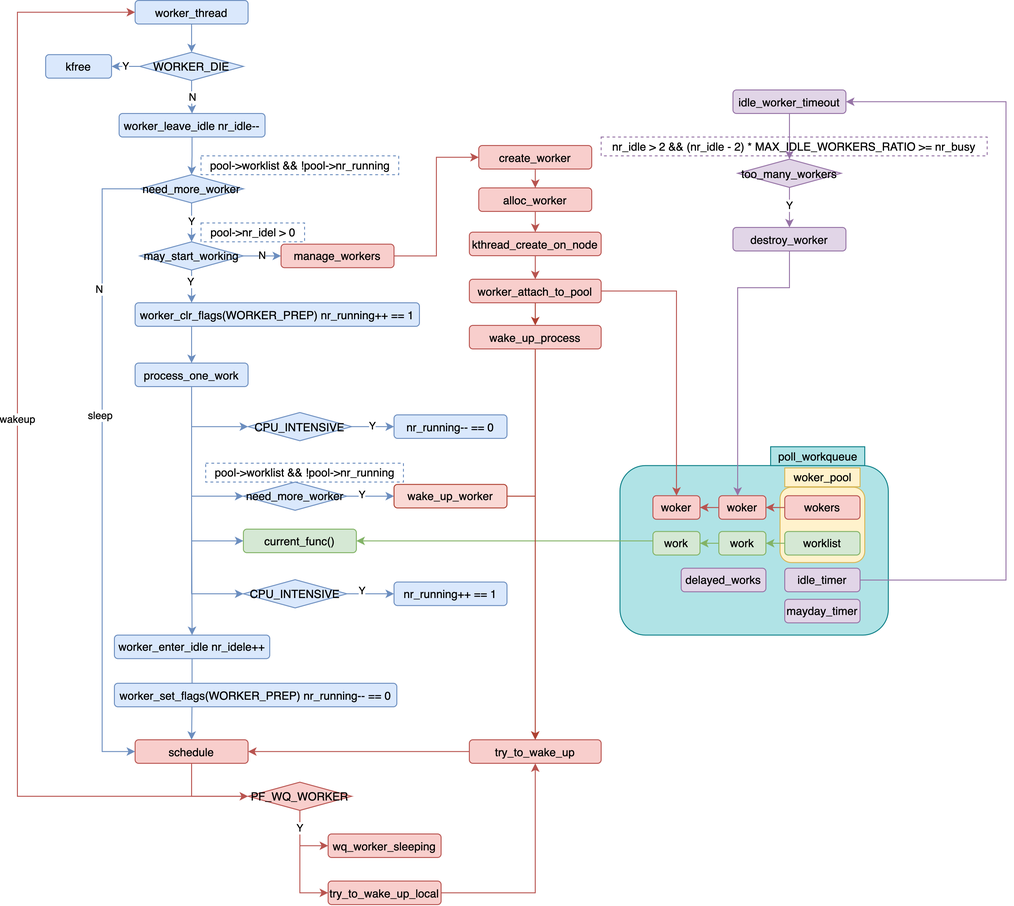
The draw.io diagram Images/Kernel/proc-workqueue-flow.png in jemmy512/book-notes, before a commit. Source tidied: cells renumbered, new cells last; positions are measured from the earlier drawing's top-left corner, leaving out a move shared by most shapes.
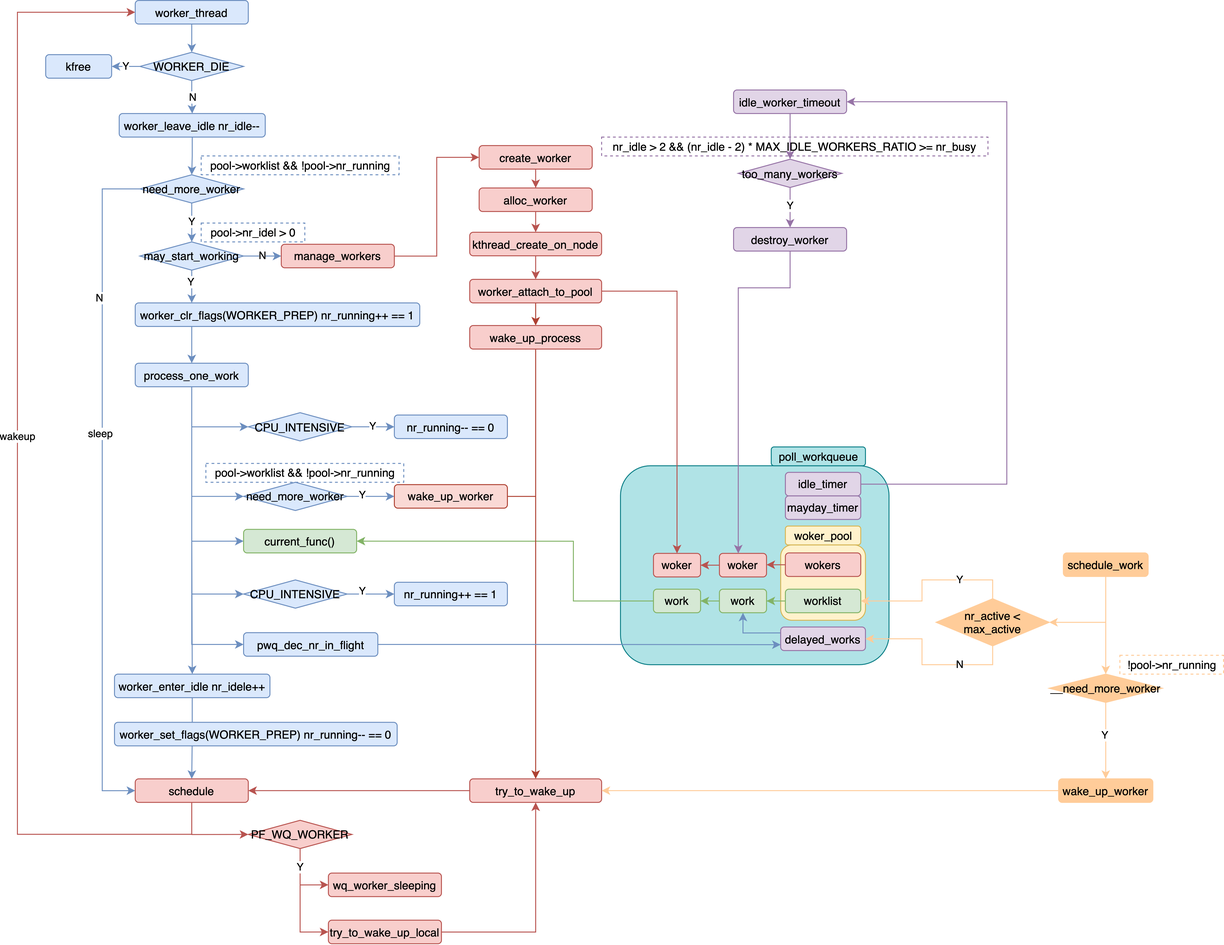
Later version of the same file.

The edit, as a diff of the source:
```diff
@@ -3,10 +3,10 @@
     <mxCell id="0" />
     <mxCell id="1" parent="0" />
     <mxCell id="2" style="rounded=1;whiteSpace=wrap;html=1;fillColor=#b0e3e6;strokeColor=#0e8088;" parent="1" vertex="1">
-      <mxGeometry x="640" y="493.9" width="285" height="180" as="geometry" />
+      <mxGeometry x="640" y="493.9" width="285" height="211.2" as="geometry" />
     </mxCell>
     <mxCell id="3" style="rounded=1;whiteSpace=wrap;html=1;strokeColor=#d6b656;fillColor=#fff2cc;" parent="1" vertex="1">
-      <mxGeometry x="810" y="516.9" width="90" height="80" as="geometry" />
+      <mxGeometry x="810" y="577.8" width="90" height="80" as="geometry" />
     </mxCell>
     <mxCell id="4" style="edgeStyle=orthogonalEdgeStyle;rounded=0;jettySize=auto;html=1;entryX=0.5;entryY=0;entryDx=0;entryDy=0;fillColor=#dae8fc;strokeColor=#6c8ebf;" parent="1" edge="1" source="5" target="9">
       <mxGeometry relative="1" as="geometry" />
@@ -47,7 +47,7 @@
       <mxGeometry relative="1" as="geometry">
         <Array as="points">
           <mxPoint x="90" y="200" />
-          <mxPoint x="90" y="798" />
+          <mxPoint x="90" y="839" />
         </Array>
       </mxGeometry>
     </mxCell>
@@ -108,6 +108,13 @@
     <mxCell id="30" style="edgeStyle=orthogonalEdgeStyle;rounded=0;jettySize=auto;html=1;entryX=0;entryY=0.5;entryDx=0;entryDy=0;fillColor=#dae8fc;strokeColor=#6c8ebf;" parent="1" edge="1" source="31" target="91">
       <mxGeometry relative="1" as="geometry" />
     </mxCell>
+    <mxCell id="101" style="edgeStyle=orthogonalEdgeStyle;rounded=0;jettySize=auto;html=1;entryX=0;entryY=0.5;entryDx=0;entryDy=0;fillColor=#dae8fc;strokeColor=#6c8ebf;" parent="1" edge="1" source="31" target="118">
+      <mxGeometry relative="1" as="geometry">
+        <Array as="points">
+          <mxPoint x="185" y="684" />
+        </Array>
+      </mxGeometry>
+    </mxCell>
     <mxCell id="31" value="process_one_work" style="rounded=1;whiteSpace=wrap;html=1;fillColor=#dae8fc;strokeColor=#6c8ebf;" parent="1" vertex="1">
       <mxGeometry x="125" y="385" width="120" height="25" as="geometry" />
     </mxCell>
@@ -137,13 +144,13 @@
       <mxGeometry relative="1" as="geometry" />
     </mxCell>
     <mxCell id="39" value="worker_enter_idle nr_idele++" style="rounded=1;whiteSpace=wrap;html=1;fillColor=#dae8fc;strokeColor=#6c8ebf;" parent="1" vertex="1">
-      <mxGeometry x="103" y="673.8" width="165" height="25" as="geometry" />
+      <mxGeometry x="103" y="715" width="165" height="25" as="geometry" />
     </mxCell>
     <mxCell id="40" value="wakeup" style="edgeStyle=orthogonalEdgeStyle;rounded=0;jettySize=auto;html=1;entryX=0;entryY=0.5;entryDx=0;entryDy=0;fillColor=#f8cecc;strokeColor=#b85450;" parent="1" edge="1" source="42" target="5">
       <mxGeometry x="0.05" relative="1" as="geometry">
         <Array as="points">
-          <mxPoint x="185" y="845" />
-          <mxPoint y="845" />
+          <mxPoint x="185" y="885" />
+          <mxPoint y="885" />
           <mxPoint y="13" />
         </Array>
       </mxGeometry>
@@ -151,13 +158,12 @@
     <mxCell id="41" style="edgeStyle=orthogonalEdgeStyle;rounded=0;jettySize=auto;html=1;entryX=0;entryY=0.5;entryDx=0;entryDy=0;fillColor=#f8cecc;strokeColor=#b85450;" parent="1" edge="1" source="42" target="97">
       <mxGeometry relative="1" as="geometry">
         <Array as="points">
-          <mxPoint x="185" y="845" />
-          <mxPoint x="230" y="845" />
+          <mxPoint x="185" y="885" />
         </Array>
       </mxGeometry>
     </mxCell>
     <mxCell id="42" value="schedule" style="rounded=1;whiteSpace=wrap;html=1;fillColor=#f8cecc;strokeColor=#b85450;" parent="1" vertex="1">
-      <mxGeometry x="125" y="785" width="120" height="25" as="geometry" />
+      <mxGeometry x="125" y="826.2" width="120" height="25" as="geometry" />
     </mxCell>
     <mxCell id="43" value="kfree" style="rounded=1;whiteSpace=wrap;html=1;fillColor=#dae8fc;strokeColor=#6c8ebf;" parent="1" vertex="1">
       <mxGeometry x="30" y="57.5" width="70" height="25" as="geometry" />
@@ -166,38 +172,39 @@
       <mxGeometry relative="1" as="geometry" />
     </mxCell>
     <mxCell id="45" value="worklist" style="rounded=1;whiteSpace=wrap;html=1;fillColor=#d5e8d4;strokeColor=#82b366;" parent="1" vertex="1">
-      <mxGeometry x="815" y="563.9" width="80" height="25" as="geometry" />
+      <mxGeometry x="815" y="624.8" width="80" height="25" as="geometry" />
     </mxCell>
     <mxCell id="46" style="edgeStyle=orthogonalEdgeStyle;rounded=0;jettySize=auto;html=1;entryX=1;entryY=0.5;entryDx=0;entryDy=0;fillColor=#d5e8d4;strokeColor=#82b366;exitX=0;exitY=0.5;exitDx=0;exitDy=0;" parent="1" edge="1" source="47" target="37">
       <mxGeometry relative="1" as="geometry">
         <Array as="points">
-          <mxPoint x="675" y="574" />
+          <mxPoint x="590" y="637" />
+          <mxPoint x="590" y="574" />
         </Array>
       </mxGeometry>
     </mxCell>
     <mxCell id="47" value="work" style="rounded=1;whiteSpace=wrap;html=1;fillColor=#d5e8d4;strokeColor=#82b366;" parent="1" vertex="1">
-      <mxGeometry x="675" y="563.9" width="50" height="25" as="geometry" />
+      <mxGeometry x="675" y="624.8" width="50" height="25" as="geometry" />
     </mxCell>
     <mxCell id="48" style="edgeStyle=orthogonalEdgeStyle;rounded=0;jettySize=auto;html=1;entryX=1;entryY=0.5;entryDx=0;entryDy=0;fillColor=#d5e8d4;strokeColor=#82b366;" parent="1" edge="1" source="49" target="47">
       <mxGeometry relative="1" as="geometry" />
     </mxCell>
     <mxCell id="49" value="work" style="rounded=1;whiteSpace=wrap;html=1;fillColor=#d5e8d4;strokeColor=#82b366;" parent="1" vertex="1">
-      <mxGeometry x="745" y="563.9" width="50" height="25" as="geometry" />
+      <mxGeometry x="745" y="624.8" width="50" height="25" as="geometry" />
     </mxCell>
     <mxCell id="50" style="edgeStyle=orthogonalEdgeStyle;rounded=0;jettySize=auto;html=1;entryX=1;entryY=0.5;entryDx=0;entryDy=0;fillColor=#f8cecc;strokeColor=#b85450;" parent="1" edge="1" source="51" target="54">
       <mxGeometry relative="1" as="geometry" />
     </mxCell>
     <mxCell id="51" value="wokers" style="rounded=1;whiteSpace=wrap;html=1;fillColor=#f8cecc;strokeColor=#b85450;" parent="1" vertex="1">
-      <mxGeometry x="815" y="525.9" width="80" height="25" as="geometry" />
+      <mxGeometry x="815" y="586.3" width="80" height="25" as="geometry" />
     </mxCell>
     <mxCell id="52" value="woker" style="rounded=1;whiteSpace=wrap;html=1;fillColor=#f8cecc;strokeColor=#b85450;" parent="1" vertex="1">
-      <mxGeometry x="675" y="525.9" width="50" height="25" as="geometry" />
+      <mxGeometry x="675" y="586.8" width="50" height="25" as="geometry" />
     </mxCell>
     <mxCell id="53" style="edgeStyle=orthogonalEdgeStyle;rounded=0;jettySize=auto;html=1;entryX=1;entryY=0.5;entryDx=0;entryDy=0;fillColor=#f8cecc;strokeColor=#b85450;" parent="1" edge="1" source="54" target="52">
       <mxGeometry relative="1" as="geometry" />
     </mxCell>
     <mxCell id="54" value="woker" style="rounded=1;whiteSpace=wrap;html=1;fillColor=#f8cecc;strokeColor=#b85450;" parent="1" vertex="1">
-      <mxGeometry x="745" y="525.9" width="50" height="25" as="geometry" />
+      <mxGeometry x="745" y="586.8" width="50" height="25" as="geometry" />
     </mxCell>
     <mxCell id="55" value="pool-&amp;gt;nr_idel &amp;gt; 0" style="text;html=1;align=center;verticalAlign=middle;strokeColor=#6c8ebf;dashed=1;" parent="1" vertex="1">
       <mxGeometry x="195" y="236.2" width="110" height="20" as="geometry" />
@@ -235,14 +242,14 @@
     <mxCell id="66" value="wake_up_process" style="rounded=1;whiteSpace=wrap;html=1;fillColor=#f8cecc;strokeColor=#b85450;" parent="1" vertex="1">
       <mxGeometry x="480" y="345" width="140" height="25" as="geometry" />
     </mxCell>
-    <mxCell id="67" value="poll_workqueue" style="text;html=1;align=center;verticalAlign=middle;fillColor=#b0e3e6;strokeColor=#0e8088;" parent="1" vertex="1">
+    <mxCell id="67" value="poll_workqueue" style="text;html=1;align=center;verticalAlign=middle;fillColor=#b0e3e6;strokeColor=#0e8088;rounded=1;" parent="1" vertex="1">
       <mxGeometry x="800" y="473.9" width="100" height="20" as="geometry" />
     </mxCell>
     <mxCell id="68" style="edgeStyle=orthogonalEdgeStyle;rounded=0;jettySize=auto;html=1;fillColor=#f8cecc;strokeColor=#b85450;" parent="1" edge="1" source="69" target="42">
       <mxGeometry relative="1" as="geometry" />
     </mxCell>
     <mxCell id="69" value="try_to_wake_up" style="rounded=1;whiteSpace=wrap;html=1;fillColor=#f8cecc;strokeColor=#b85450;" parent="1" vertex="1">
-      <mxGeometry x="480" y="785" width="140" height="25" as="geometry" />
+      <mxGeometry x="480" y="826.2" width="140" height="25" as="geometry" />
     </mxCell>
     <mxCell id="70" value="nr_idle &gt; 2 &amp;&amp; (nr_idle - 2) * MAX_IDLE_WORKERS_RATIO &gt;= nr_busy" style="text;html=1;align=center;verticalAlign=middle;whiteSpace=wrap;rounded=0;dashed=1;strokeColor=#9673a6;" parent="1" vertex="1">
       <mxGeometry x="620" y="145" width="410" height="20" as="geometry" />
@@ -278,22 +285,25 @@
     <mxCell id="78" style="edgeStyle=orthogonalEdgeStyle;rounded=0;jettySize=auto;html=1;entryX=1;entryY=0.5;entryDx=0;entryDy=0;fillColor=#e1d5e7;strokeColor=#9673a6;" parent="1" edge="1" source="79" target="72">
       <mxGeometry relative="1" as="geometry">
         <Array as="points">
-          <mxPoint x="1050" y="615" />
+          <mxPoint x="1050" y="513" />
           <mxPoint x="1050" y="108" />
         </Array>
       </mxGeometry>
     </mxCell>
     <mxCell id="79" value="idle_timer" style="rounded=1;whiteSpace=wrap;html=1;fillColor=#e1d5e7;strokeColor=#9673a6;" parent="1" vertex="1">
-      <mxGeometry x="815" y="602.8" width="80" height="25" as="geometry" />
+      <mxGeometry x="815" y="500.8" width="80" height="25" as="geometry" />
     </mxCell>
     <mxCell id="80" value="mayday_timer" style="rounded=1;whiteSpace=wrap;html=1;fillColor=#e1d5e7;strokeColor=#9673a6;" parent="1" vertex="1">
-      <mxGeometry x="815" y="635.8" width="80" height="25" as="geometry" />
+      <mxGeometry x="815" y="525.8" width="80" height="25" as="geometry" />
     </mxCell>
-    <mxCell id="81" value="woker_pool" style="text;html=1;align=center;verticalAlign=middle;fillColor=#fff2cc;strokeColor=#d6b656;" parent="1" vertex="1">
-      <mxGeometry x="815" y="496.4" width="80" height="20" as="geometry" />
+    <mxCell id="81" value="woker_pool" style="text;html=1;align=center;verticalAlign=middle;fillColor=#fff2cc;strokeColor=#d6b656;rounded=1;" parent="1" vertex="1">
+      <mxGeometry x="815" y="557.9" width="80" height="20" as="geometry" />
     </mxCell>
+    <mxCell id="102" style="edgeStyle=orthogonalEdgeStyle;rounded=0;jettySize=auto;html=1;entryX=0.5;entryY=1;entryDx=0;entryDy=0;fillColor=#dae8fc;strokeColor=#6c8ebf;exitX=0;exitY=0.25;exitDx=0;exitDy=0;" parent="1" edge="1" source="82" target="49">
+      <mxGeometry relative="1" as="geometry" />
+    </mxCell>
     <mxCell id="82" value="delayed_works" style="rounded=1;whiteSpace=wrap;html=1;fillColor=#e1d5e7;strokeColor=#9673a6;" parent="1" vertex="1">
-      <mxGeometry x="705" y="602.8" width="90" height="25" as="geometry" />
+      <mxGeometry x="810" y="665" width="90" height="25" as="geometry" />
     </mxCell>
     <mxCell id="83" style="edgeStyle=orthogonalEdgeStyle;rounded=0;jettySize=auto;html=1;fillColor=#dae8fc;strokeColor=#6c8ebf;" parent="1" edge="1" source="84" target="31">
       <mxGeometry relative="1" as="geometry">
@@ -307,7 +317,7 @@
       <mxGeometry x="125" y="321" width="302" height="25" as="geometry" />
     </mxCell>
     <mxCell id="85" value="worker_set_flags(WORKER_PREP) nr_running-- == 0" style="rounded=1;whiteSpace=wrap;html=1;fillColor=#dae8fc;strokeColor=#6c8ebf;" parent="1" vertex="1">
-      <mxGeometry x="103" y="725" width="300" height="25" as="geometry" />
+      <mxGeometry x="103" y="766.2" width="300" height="25" as="geometry" />
     </mxCell>
     <mxCell id="86" style="edgeStyle=orthogonalEdgeStyle;rounded=0;jettySize=auto;html=1;entryX=0;entryY=0.5;entryDx=0;entryDy=0;fillColor=#dae8fc;strokeColor=#6c8ebf;" parent="1" edge="1" source="88" target="92">
       <mxGeometry relative="1" as="geometry" />
@@ -345,16 +355,84 @@
       </mxGeometry>
     </mxCell>
     <mxCell id="97" value="PF_WQ_WORKER" style="rhombus;whiteSpace=wrap;html=1;fillColor=#f8cecc;strokeColor=#b85450;" parent="1" vertex="1">
-      <mxGeometry x="245" y="830" width="110" height="30" as="geometry" />
+      <mxGeometry x="245" y="870.2" width="110" height="30" as="geometry" />
     </mxCell>
     <mxCell id="98" value="wq_worker_sleeping" style="rounded=1;whiteSpace=wrap;html=1;fillColor=#f8cecc;strokeColor=#b85450;" parent="1" vertex="1">
-      <mxGeometry x="330" y="885" width="120" height="25" as="geometry" />
+      <mxGeometry x="330" y="926.2" width="120" height="25" as="geometry" />
     </mxCell>
     <mxCell id="99" style="edgeStyle=orthogonalEdgeStyle;rounded=0;jettySize=auto;html=1;fillColor=#f8cecc;strokeColor=#b85450;" parent="1" edge="1" source="100" target="69">
       <mxGeometry relative="1" as="geometry" />
     </mxCell>
     <mxCell id="100" value="try_to_wake_up_local" style="rounded=1;whiteSpace=wrap;html=1;fillColor=#f8cecc;strokeColor=#b85450;" parent="1" vertex="1">
-      <mxGeometry x="330" y="935" width="120" height="25" as="geometry" />
+      <mxGeometry x="330" y="976.2" width="120" height="25" as="geometry" />
     </mxCell>
+    <mxCell id="103" style="edgeStyle=orthogonalEdgeStyle;rounded=0;jettySize=auto;html=1;entryX=1;entryY=0.5;entryDx=0;entryDy=0;fillColor=#ffcc99;strokeColor=#FFCC99;" parent="1" edge="1" source="105" target="110">
+      <mxGeometry relative="1" as="geometry">
+        <Array as="points">
+          <mxPoint x="1155" y="660" />
+        </Array>
+      </mxGeometry>
+    </mxCell>
+    <mxCell id="104" style="edgeStyle=orthogonalEdgeStyle;rounded=0;jettySize=auto;html=1;fillColor=#ffcc99;strokeColor=#FFCC99;" parent="1" edge="1" source="105" target="113">
+      <mxGeometry relative="1" as="geometry" />
+    </mxCell>
+    <mxCell id="105" value="schedule_work" style="rounded=1;whiteSpace=wrap;html=1;fillColor=#ffcc99;strokeColor=#FFCC99;" parent="1" vertex="1">
+      <mxGeometry x="1110" y="586.3" width="90" height="25" as="geometry" />
+    </mxCell>
+    <mxCell id="106" style="edgeStyle=orthogonalEdgeStyle;rounded=0;jettySize=auto;html=1;entryX=1;entryY=0.5;entryDx=0;entryDy=0;exitX=0.5;exitY=0;exitDx=0;exitDy=0;gradientColor=#97d077;fillColor=#d5e8d4;strokeColor=#FFCC99;" parent="1" edge="1" source="110" target="45">
+      <mxGeometry relative="1" as="geometry">
+        <Array as="points">
+          <mxPoint x="1035" y="615" />
+          <mxPoint x="960" y="615" />
+          <mxPoint x="960" y="637" />
+        </Array>
+      </mxGeometry>
+    </mxCell>
+    <mxCell id="107" value="Y" style="edgeLabel;html=1;align=center;verticalAlign=middle;" parent="106" vertex="1">
+      <mxGeometry x="-0.44" y="-1" relative="1" as="geometry">
+        <mxPoint x="-4.2" y="1" as="offset" />
+      </mxGeometry>
+    </mxCell>
+    <mxCell id="108" style="edgeStyle=orthogonalEdgeStyle;rounded=0;jettySize=auto;html=1;entryX=1;entryY=0.5;entryDx=0;entryDy=0;exitX=0.5;exitY=1;exitDx=0;exitDy=0;gradientColor=#97d077;fillColor=#d5e8d4;strokeColor=#FFCC99;" parent="1" edge="1" source="110" target="82">
+      <mxGeometry relative="1" as="geometry">
+        <Array as="points">
+          <mxPoint x="1035" y="705" />
+          <mxPoint x="960" y="705" />
+          <mxPoint x="960" y="677" />
+        </Array>
+      </mxGeometry>
+    </mxCell>
+    <mxCell id="109" value="N" style="edgeLabel;html=1;align=center;verticalAlign=middle;" parent="108" vertex="1">
+      <mxGeometry x="-0.35" y="-2" relative="1" as="geometry">
+        <mxPoint x="4.4" y="2" as="offset" />
+      </mxGeometry>
+    </mxCell>
+    <mxCell id="110" value="nr_active &amp;lt; max_active" style="rhombus;whiteSpace=wrap;html=1;fillColor=#ffcc99;strokeColor=#FFCC99;" parent="1" vertex="1">
+      <mxGeometry x="975" y="635" width="120" height="50" as="geometry" />
+    </mxCell>
+    <mxCell id="111" style="edgeStyle=orthogonalEdgeStyle;rounded=0;jettySize=auto;html=1;entryX=0.5;entryY=0;entryDx=0;entryDy=0;gradientColor=#97d077;fillColor=#d5e8d4;strokeColor=#FFCC99;" parent="1" edge="1" source="113" target="115">
+      <mxGeometry relative="1" as="geometry" />
+    </mxCell>
+    <mxCell id="112" value="Y" style="edgeLabel;html=1;align=center;verticalAlign=middle;" parent="111" vertex="1">
+      <mxGeometry x="-0.14" y="-1" relative="1" as="geometry" />
+    </mxCell>
+    <mxCell id="113" value="__need_more_worker" style="rhombus;whiteSpace=wrap;html=1;fillColor=#ffcc99;strokeColor=#FFCC99;" parent="1" vertex="1">
+      <mxGeometry x="1095" y="715" width="120" height="30" as="geometry" />
+    </mxCell>
+    <mxCell id="114" style="edgeStyle=orthogonalEdgeStyle;rounded=0;jettySize=auto;html=1;fillColor=#cdeb8b;strokeColor=#FFCC99;" parent="1" edge="1" source="115" target="69">
+      <mxGeometry relative="1" as="geometry" />
+    </mxCell>
+    <mxCell id="115" value="wake_up_worker" style="rounded=1;whiteSpace=wrap;html=1;fillColor=#ffcc99;strokeColor=#FFCC99;" parent="1" vertex="1">
+      <mxGeometry x="1105" y="826.2" width="100" height="25" as="geometry" />
+    </mxCell>
+    <mxCell id="116" value="!pool-&amp;gt;nr_running" style="text;html=1;align=center;verticalAlign=middle;dashed=1;strokeColor=#FFCC99;" parent="1" vertex="1">
+      <mxGeometry x="1170" y="695" width="110" height="20" as="geometry" />
+    </mxCell>
+    <mxCell id="117" style="edgeStyle=orthogonalEdgeStyle;rounded=0;jettySize=auto;html=1;entryX=0;entryY=0.75;entryDx=0;entryDy=0;fillColor=#dae8fc;strokeColor=#6c8ebf;" parent="1" edge="1" source="118" target="82">
+      <mxGeometry relative="1" as="geometry" />
+    </mxCell>
+    <mxCell id="118" value="pwq_dec_nr_in_flight" style="rounded=1;whiteSpace=wrap;html=1;fillColor=#dae8fc;strokeColor=#6c8ebf;" parent="1" vertex="1">
+      <mxGeometry x="240" y="671" width="142.5" height="25" as="geometry" />
+    </mxCell>
   </root>
 </mxGraphModel>
```
